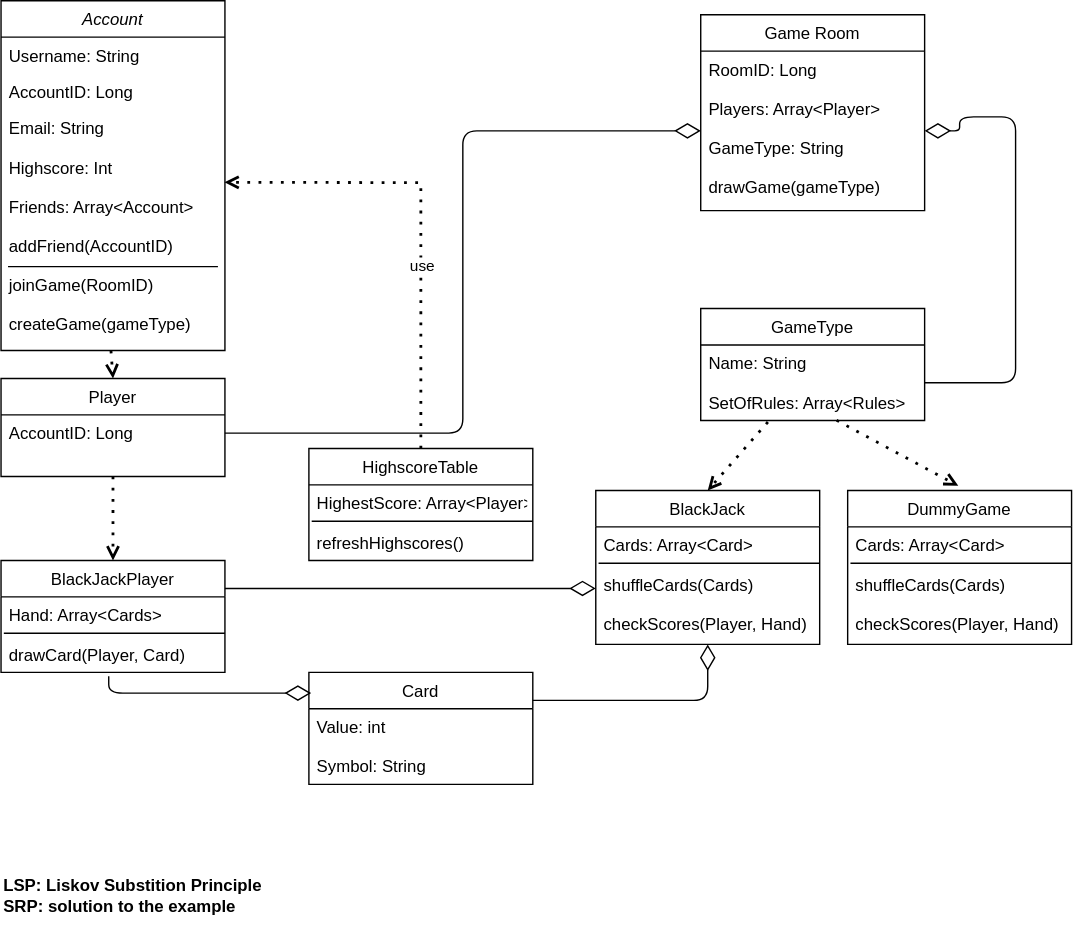
The draw.io diagram Documentation/CRC.svg in SE-TINF22B6/time2shine, before a commit. Source tidied: cells renumbered, new cells last; positions are measured from the earlier drawing's top-left corner, leaving out a move shared by most shapes.
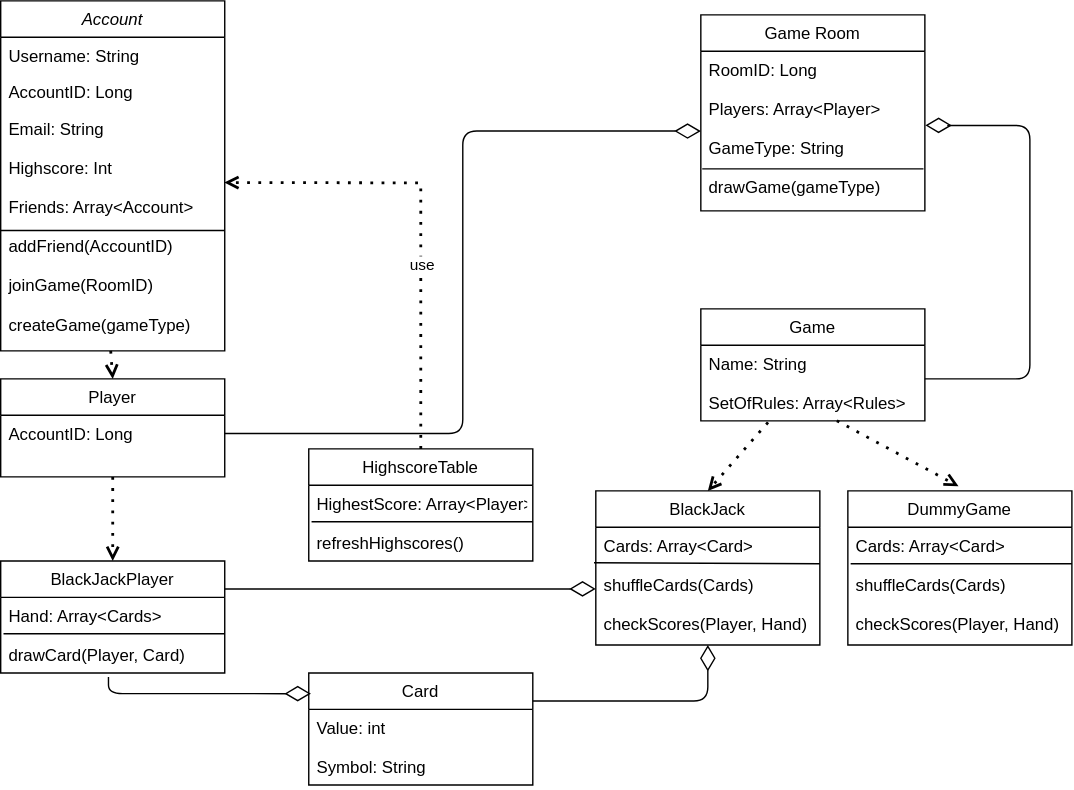
The same file after the commit.

Commit message:
Updated CRC diagram with a data type fix and some "beauty" corrections

What changed in the source:
```diff
@@ -14,11 +14,8 @@
     <mxCell id="5" value="Email: String&#10;&#10;Highscore: Int&#10;&#10;Friends: Array&lt;Account&gt;&#10;&#10;addFriend(AccountID)&#10;&#10;joinGame(RoomID)&#10;&#10;createGame(gameType)&#10;" style="text;align=left;verticalAlign=top;spacingLeft=4;spacingRight=4;overflow=hidden;points=[[0,0.5],[1,0.5]];portConstraint=eastwest;rounded=0;shadow=0;html=0;" parent="2" vertex="1">
       <mxGeometry y="78" width="160" height="172" as="geometry" />
     </mxCell>
-    <mxCell id="6" style="endArrow=none;html=1;rounded=0;" parent="2" edge="1">
-      <mxGeometry relative="1" as="geometry">
-        <mxPoint x="5" y="190" as="sourcePoint" />
-        <mxPoint x="155" y="190" as="targetPoint" />
-      </mxGeometry>
+    <mxCell id="6" style="endArrow=none;html=1;rounded=0;entryX=1;entryY=0.5;entryDx=0;entryDy=0;exitX=0;exitY=0.5;exitDx=0;exitDy=0;" parent="2" edge="1" source="5" target="5">
+      <mxGeometry relative="1" as="geometry" />
     </mxCell>
     <mxCell id="7" value="Game Room" style="swimlane;fontStyle=0;align=center;verticalAlign=top;horizontal=1;startSize=26;rounded=0;shadow=0;strokeWidth=1;" parent="1" vertex="1">
       <mxGeometry x="500" y="10" width="160" height="140" as="geometry" />
@@ -26,13 +23,19 @@
     <mxCell id="8" value="RoomID: Long&#10;&#10;Players: Array&lt;Player&gt;&#10;&#10;GameType: String&#10;&#10;drawGame(gameType)&#10;" style="text;align=left;verticalAlign=top;spacingLeft=4;spacingRight=4;overflow=hidden;points=[[0,0.5],[1,0.5]];portConstraint=eastwest;" parent="7" vertex="1">
       <mxGeometry y="26" width="160" height="114" as="geometry" />
     </mxCell>
+    <mxCell id="39" style="endArrow=none;html=1;rounded=0;exitX=0.992;exitY=0.731;exitDx=0;exitDy=0;exitPerimeter=0;entryX=0.008;entryY=0.731;entryDx=0;entryDy=0;entryPerimeter=0;" parent="7" edge="1">
+      <mxGeometry relative="1" as="geometry">
+        <mxPoint x="159" y="110" as="sourcePoint" />
+        <mxPoint x="1" y="110" as="targetPoint" />
+      </mxGeometry>
+    </mxCell>
     <mxCell id="9" value="Player" style="swimlane;fontStyle=0;align=center;verticalAlign=top;horizontal=1;startSize=26;rounded=0;shadow=0;strokeWidth=1;" parent="1" vertex="1">
       <mxGeometry y="270" width="160" height="70" as="geometry" />
     </mxCell>
     <mxCell id="10" value="AccountID: Long" style="text;align=left;verticalAlign=top;spacingLeft=4;spacingRight=4;overflow=hidden;points=[[0,0.5],[1,0.5]];portConstraint=eastwest;" parent="9" vertex="1">
       <mxGeometry y="26" width="160" height="26" as="geometry" />
     </mxCell>
-    <mxCell id="11" value="GameType" style="swimlane;fontStyle=0;align=center;verticalAlign=top;horizontal=1;startSize=26;rounded=0;shadow=0;strokeWidth=1;" parent="1" vertex="1">
+    <mxCell id="11" value="Game" style="swimlane;fontStyle=0;align=center;verticalAlign=top;horizontal=1;startSize=26;rounded=0;shadow=0;strokeWidth=1;" parent="1" vertex="1">
       <mxGeometry x="500" y="220" width="160" height="80" as="geometry" />
     </mxCell>
     <mxCell id="12" value="Name: String&#10;&#10;SetOfRules: Array&lt;Rules&gt;" style="text;align=left;verticalAlign=top;spacingLeft=4;spacingRight=4;overflow=hidden;points=[[0,0.5],[1,0.5]];portConstraint=eastwest;" parent="11" vertex="1">
@@ -63,13 +66,13 @@
     <mxCell id="18" value="use" style="edgeLabel;html=1;align=center;verticalAlign=middle;" parent="17" vertex="1">
       <mxGeometry x="-0.21" y="-1" relative="1" as="geometry" />
     </mxCell>
-    <mxCell id="19" style="edgeStyle=orthogonalEdgeStyle;html=1;labelBackgroundColor=none;startFill=0;startSize=8;endArrow=diamondThin;endFill=0;endSize=16;fontFamily=Verdana;fontSize=12;exitX=1;exitY=0.5;exitDx=0;exitDy=0;entryX=1;entryY=0.5;entryDx=0;entryDy=0;" parent="1" edge="1" source="12" target="8">
+    <mxCell id="19" style="edgeStyle=orthogonalEdgeStyle;html=1;labelBackgroundColor=none;startFill=0;startSize=8;endArrow=diamondThin;endFill=0;endSize=16;fontFamily=Verdana;fontSize=12;exitX=1;exitY=0.5;exitDx=0;exitDy=0;entryX=1.002;entryY=0.464;entryDx=0;entryDy=0;entryPerimeter=0;" parent="1" edge="1" target="8">
       <mxGeometry relative="1" as="geometry">
+        <mxPoint x="660" y="270" as="sourcePoint" />
         <Array as="points">
-          <mxPoint x="725" y="273" />
-          <mxPoint x="725" y="83" />
-          <mxPoint x="685" y="83" />
-          <mxPoint x="685" y="93" />
+          <mxPoint x="735" y="270" />
+          <mxPoint x="735" y="89" />
+          <mxPoint x="675" y="89" />
         </Array>
       </mxGeometry>
     </mxCell>
@@ -82,10 +85,9 @@
     <mxCell id="22" value="Cards: Array&lt;Card&gt;&#10;&#10;shuffleCards(Cards)&#10;&#10;checkScores(Player, Hand)" style="text;align=left;verticalAlign=top;spacingLeft=4;spacingRight=4;overflow=hidden;points=[[0,0.5],[1,0.5]];portConstraint=eastwest;" parent="21" vertex="1">
       <mxGeometry y="26" width="160" height="84" as="geometry" />
     </mxCell>
-    <mxCell id="23" style="endArrow=none;html=1;rounded=0;exitX=0.992;exitY=0.731;exitDx=0;exitDy=0;exitPerimeter=0;entryX=0.008;entryY=0.731;entryDx=0;entryDy=0;entryPerimeter=0;" parent="21" edge="1">
+    <mxCell id="23" style="endArrow=none;html=1;rounded=0;exitX=0.992;exitY=0.731;exitDx=0;exitDy=0;exitPerimeter=0;entryX=-0.008;entryY=0.301;entryDx=0;entryDy=0;entryPerimeter=0;" parent="21" edge="1" target="22">
       <mxGeometry relative="1" as="geometry">
         <mxPoint x="160" y="52" as="sourcePoint" />
-        <mxPoint x="2" y="52" as="targetPoint" />
       </mxGeometry>
     </mxCell>
     <mxCell id="24" style="endArrow=open;dashed=1;html=1;dashPattern=1 3;strokeWidth=2;rounded=0;exitX=0.3;exitY=1.019;exitDx=0;exitDy=0;exitPerimeter=0;entryX=0.5;entryY=0;entryDx=0;entryDy=0;" parent="1" edge="1" source="12" target="21">
@@ -142,8 +144,5 @@
     <mxCell id="37" style="endArrow=open;dashed=1;html=1;dashPattern=1 3;strokeWidth=2;rounded=0;exitX=0.607;exitY=0.997;exitDx=0;exitDy=0;exitPerimeter=0;entryX=0.494;entryY=-0.03;entryDx=0;entryDy=0;entryPerimeter=0;" parent="1" edge="1" source="12" target="34">
       <mxGeometry relative="1" as="geometry" />
     </mxCell>
-    <mxCell id="38" value="LSP: Liskov Substition Principle&lt;br&gt;SRP: solution to the example" style="text;html=1;align=left;verticalAlign=middle;strokeColor=none;fillColor=none;fontStyle=1;" parent="1" vertex="1">
-      <mxGeometry y="620" width="210" height="40" as="geometry" />
-    </mxCell>
   </root>
 </mxGraphModel>
```
